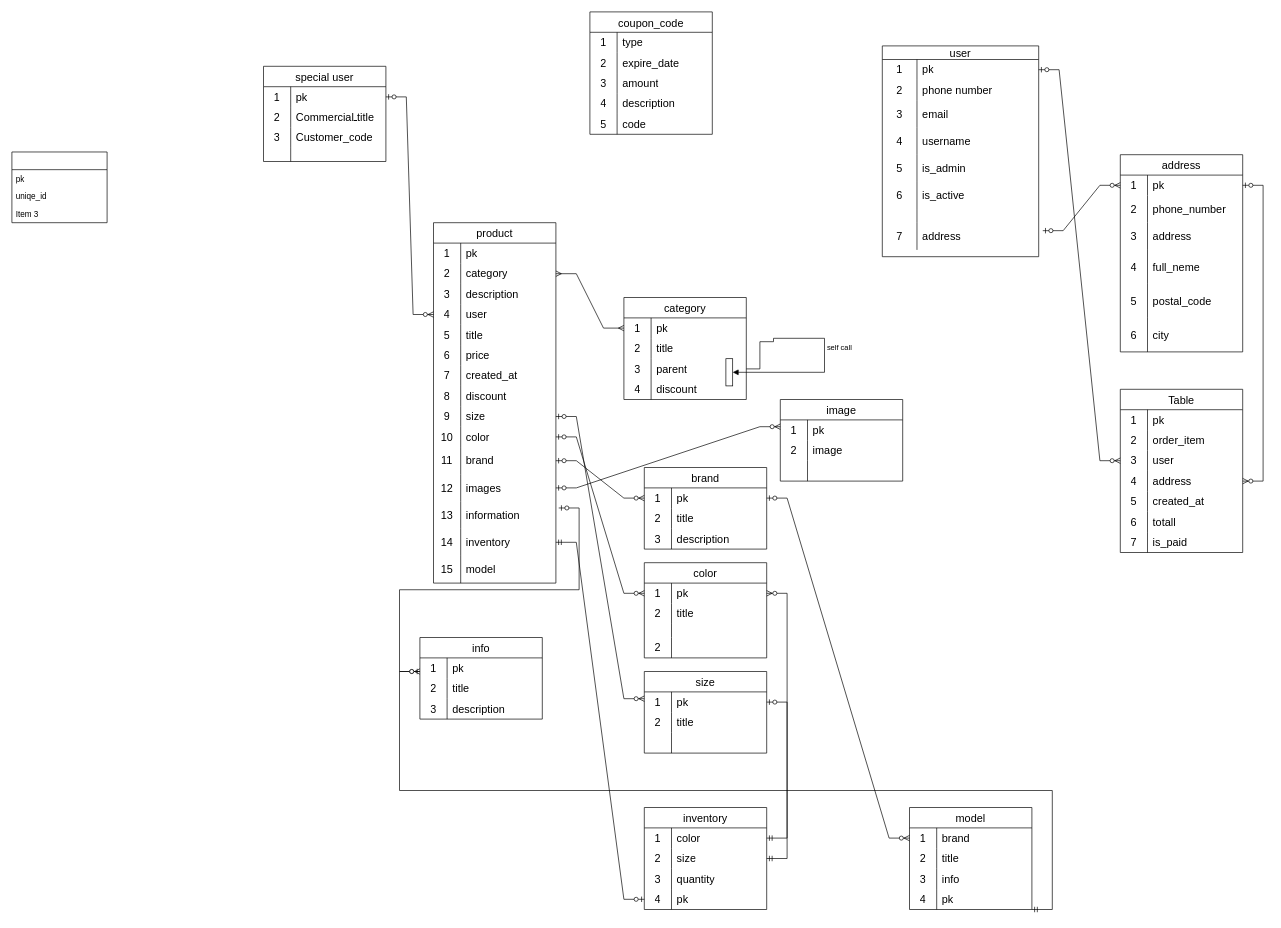
This is shop.drawio from amir1rj/blog, a draw.io file, before an edit. Source tidied: cells renumbered, new cells numbered last; positions are measured from the earlier drawing's top-left corner, leaving out a move shared by most shapes. Both pictures are drawn from the tidied source at 68%, with x=0, y=0 at pixel (12, 12).
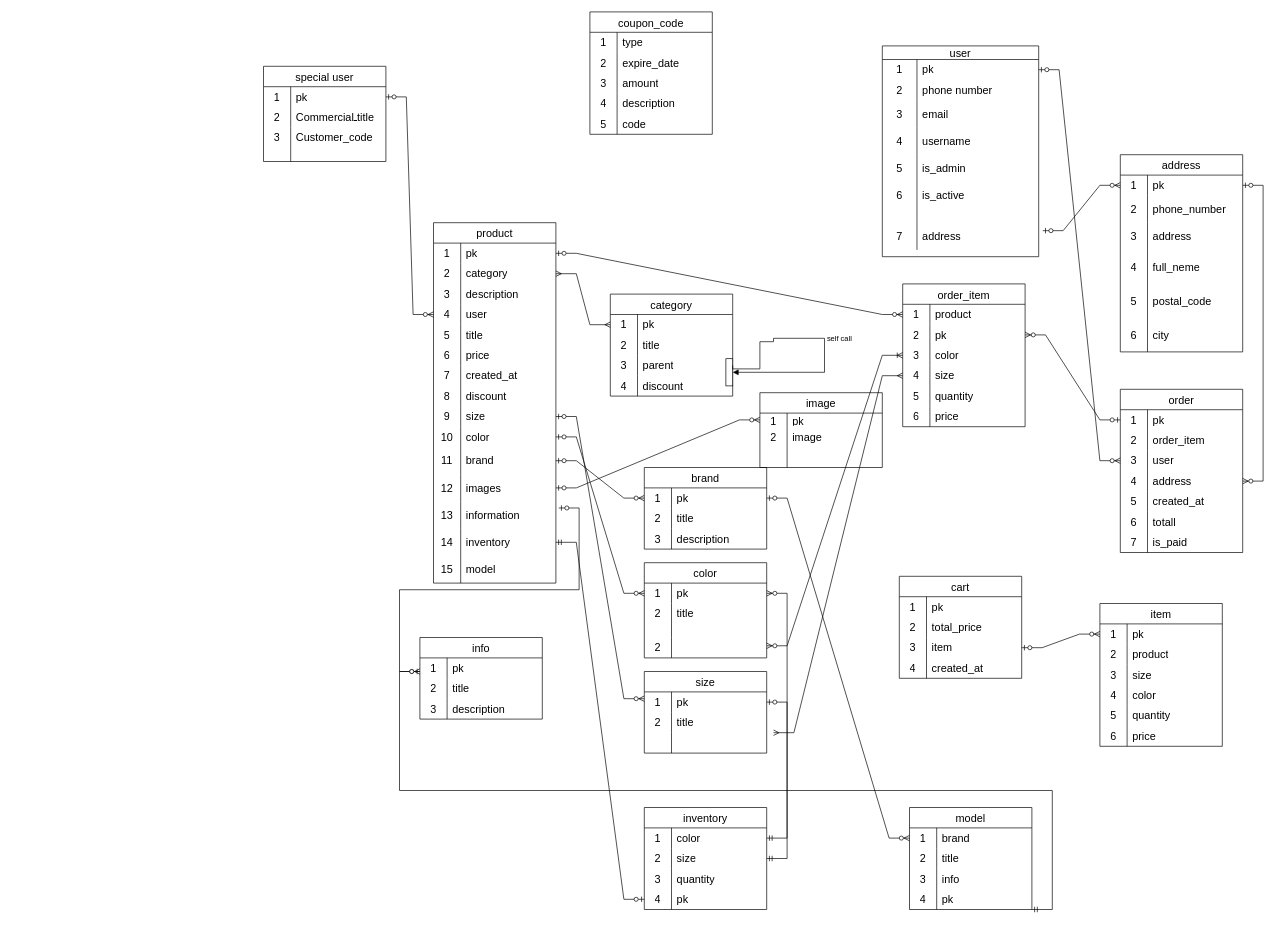
Above is the later version.

The change refers to these unchanged cells:
```xml
<mxCell id="41" style="shape=tableRow;horizontal=0;startSize=0;swimlaneHead=0;swimlaneBody=0;top=0;left=0;bottom=0;right=0;fillColor=none;points=[[0,0.5],[1,0.5]];portConstraint=eastwest;strokeColor=inherit;fontSize=16;" parent="40" vertex="1">
  <mxGeometry y="30" width="180" height="30" as="geometry" />
</mxCell>
<mxCell id="74" style="shape=tableRow;horizontal=0;startSize=0;swimlaneHead=0;swimlaneBody=0;top=0;left=0;bottom=0;right=0;fillColor=none;points=[[0,0.5],[1,0.5]];portConstraint=eastwest;strokeColor=inherit;fontSize=16;" parent="40" vertex="1">
  <mxGeometry y="370" width="180" height="40" as="geometry" />
</mxCell>
<mxCell id="234" style="shape=tableRow;horizontal=0;startSize=0;swimlaneHead=0;swimlaneBody=0;top=0;left=0;bottom=0;right=0;fillColor=none;points=[[0,0.5],[1,0.5]];portConstraint=eastwest;strokeColor=inherit;fontSize=16;" parent="233" vertex="1">
  <mxGeometry y="30" width="180" height="30" as="geometry" />
</mxCell>
```

Change to the diagram source:
```diff
@@
     <mxCell id="86" value="category" style="shape=table;startSize=30;childLayout=tableLayout;rowLines=0;fontStyle=0;strokeColor=default;fontSize=16;" parent="1" vertex="1">
-      <mxGeometry x="900" y="420" width="180" height="150" as="geometry" />
+      <mxGeometry x="880" y="415" width="180" height="150" as="geometry" />
     </mxCell>
@@
-    <mxCell id="158" style="edgeStyle=entityRelationEdgeStyle;fontSize=12;html=1;endArrow=ERzeroToMany;startArrow=ERzeroToOne;rounded=0;exitX=1;exitY=0.5;exitDx=0;exitDy=0;" parent="1" edge="1" source="74">
+    <mxCell id="158" style="edgeStyle=entityRelationEdgeStyle;fontSize=12;html=1;endArrow=ERzeroToMany;startArrow=ERzeroToOne;rounded=0;exitX=1;exitY=0.5;exitDx=0;exitDy=0;entryX=0;entryY=0.5;entryDx=0;entryDy=0;" parent="1" edge="1" source="74" target="160">
       <mxGeometry relative="1" as="geometry">
-        <mxPoint x="1130" y="610" as="targetPoint" />
         <Array as="points">
           <mxPoint x="711" y="580" />
           <mxPoint x="820" y="580" />
           <mxPoint x="1051" y="620" />
           <mxPoint x="761" y="630" />
           <mxPoint x="791" y="600" />
         </Array>
       </mxGeometry>
     </mxCell>
     <mxCell id="159" value="image" style="shape=table;startSize=30;childLayout=tableLayout;rowLines=0;fontStyle=0;strokeColor=default;fontSize=16;" parent="1" vertex="1">
-      <mxGeometry x="1130" y="570" width="180" height="120" as="geometry" />
+      <mxGeometry x="1100" y="560" width="180" height="110" as="geometry" />
     </mxCell>
     <mxCell id="160" style="shape=tableRow;horizontal=0;startSize=0;swimlaneHead=0;swimlaneBody=0;top=0;left=0;bottom=0;right=0;fillColor=none;points=[[0,0.5],[1,0.5]];portConstraint=eastwest;strokeColor=inherit;fontSize=16;" parent="159" vertex="1">
-      <mxGeometry y="30" width="180" height="30" as="geometry" />
+      <mxGeometry y="30" width="180" height="20" as="geometry" />
     </mxCell>
     <mxCell id="161" value="1" style="shape=partialRectangle;html=1;whiteSpace=wrap;fillColor=none;top=0;left=0;bottom=0;right=0;overflow=hidden;strokeColor=inherit;fontSize=16;" parent="160" vertex="1">
-      <mxGeometry width="40" height="30" as="geometry" />
+      <mxGeometry width="40" height="20" as="geometry" />
     </mxCell>
     <mxCell id="162" value="pk" style="shape=partialRectangle;html=1;whiteSpace=wrap;fillColor=none;top=0;left=0;bottom=0;right=0;align=left;spacingLeft=6;overflow=hidden;strokeColor=inherit;fontSize=16;" parent="160" vertex="1">
-      <mxGeometry x="40" width="140" height="30" as="geometry" />
+      <mxGeometry x="40" width="140" height="20" as="geometry" />
     </mxCell>
     <mxCell id="163" style="shape=tableRow;horizontal=0;startSize=0;swimlaneHead=0;swimlaneBody=0;top=0;left=0;bottom=0;right=0;fillColor=none;strokeColor=inherit;fontSize=16;" parent="159" vertex="1">
-      <mxGeometry y="60" width="180" height="30" as="geometry" />
+      <mxGeometry y="50" width="180" height="30" as="geometry" />
     </mxCell>
@@
     <mxCell id="166" style="shape=tableRow;horizontal=0;startSize=0;swimlaneHead=0;swimlaneBody=0;top=0;left=0;bottom=0;right=0;fillColor=none;strokeColor=inherit;fontSize=16;" parent="159" vertex="1">
-      <mxGeometry y="90" width="180" height="30" as="geometry" />
+      <mxGeometry y="80" width="180" height="30" as="geometry" />
     </mxCell>
@@
-    <mxCell id="228" style="swimlane;fontStyle=0;horizontal=1;startSize=26;fillColor=none;html=1;" parent="1" vertex="1">
-      <mxGeometry y="206" width="140" height="104" as="geometry" />
-    </mxCell>
-    <mxCell id="229" value="pk" style="text;strokeColor=none;fillColor=none;align=left;verticalAlign=top;spacingLeft=4;spacingRight=4;overflow=hidden;whiteSpace=wrap;html=1;" parent="228" vertex="1">
-      <mxGeometry y="26" width="140" height="26" as="geometry" />
-    </mxCell>
-    <mxCell id="230" value="uniqe_id" style="text;strokeColor=none;fillColor=none;align=left;verticalAlign=top;spacingLeft=4;spacingRight=4;overflow=hidden;whiteSpace=wrap;html=1;" parent="228" vertex="1">
-      <mxGeometry y="52" width="140" height="26" as="geometry" />
-    </mxCell>
-    <mxCell id="231" value="Item 3" style="text;strokeColor=none;fillColor=none;align=left;verticalAlign=top;spacingLeft=4;spacingRight=4;overflow=hidden;whiteSpace=wrap;html=1;" parent="228" vertex="1">
-      <mxGeometry y="78" width="140" height="26" as="geometry" />
-    </mxCell>
@@
-    <mxCell id="233" value="Table" style="shape=table;startSize=30;childLayout=tableLayout;rowLines=0;fontStyle=0;strokeColor=default;fontSize=16;" parent="1" vertex="1">
+    <mxCell id="233" value="order" style="shape=table;startSize=30;childLayout=tableLayout;rowLines=0;fontStyle=0;strokeColor=default;fontSize=16;" parent="1" vertex="1">
       <mxGeometry x="1630" y="555" width="180" height="240" as="geometry" />
     </mxCell>
@@
+    <mxCell id="256" value="order_item" style="shape=table;startSize=30;childLayout=tableLayout;rowLines=0;fontStyle=0;strokeColor=default;fontSize=16;" parent="1" vertex="1">
+      <mxGeometry x="1310" y="400" width="180" height="210" as="geometry" />
+    </mxCell>
+    <mxCell id="257" style="shape=tableRow;horizontal=0;startSize=0;swimlaneHead=0;swimlaneBody=0;top=0;left=0;bottom=0;right=0;fillColor=none;strokeColor=inherit;fontSize=16;" parent="256" vertex="1">
+      <mxGeometry y="30" width="180" height="30" as="geometry" />
+    </mxCell>
+    <mxCell id="258" value="1" style="shape=partialRectangle;html=1;whiteSpace=wrap;fillColor=none;top=0;left=0;bottom=0;right=0;overflow=hidden;strokeColor=inherit;fontSize=16;" parent="257" vertex="1">
+      <mxGeometry width="40" height="30" as="geometry" />
+    </mxCell>
+    <mxCell id="259" value="product" style="shape=partialRectangle;html=1;whiteSpace=wrap;fillColor=none;top=0;left=0;bottom=0;right=0;align=left;spacingLeft=6;overflow=hidden;strokeColor=inherit;fontSize=16;" parent="257" vertex="1">
+      <mxGeometry x="40" width="140" height="30" as="geometry" />
+    </mxCell>
+    <mxCell id="260" style="shape=tableRow;horizontal=0;startSize=0;swimlaneHead=0;swimlaneBody=0;top=0;left=0;bottom=0;right=0;fillColor=none;points=[[0,0.5],[1,0.5]];portConstraint=eastwest;strokeColor=inherit;fontSize=16;" parent="256" vertex="1">
+      <mxGeometry y="60" width="180" height="30" as="geometry" />
+    </mxCell>
+    <mxCell id="261" value="2" style="shape=partialRectangle;html=1;whiteSpace=wrap;fillColor=none;top=0;left=0;bottom=0;right=0;overflow=hidden;strokeColor=inherit;fontSize=16;" parent="260" vertex="1">
+      <mxGeometry width="40" height="30" as="geometry" />
+    </mxCell>
+    <mxCell id="262" value="pk" style="shape=partialRectangle;html=1;whiteSpace=wrap;fillColor=none;top=0;left=0;bottom=0;right=0;align=left;spacingLeft=6;overflow=hidden;strokeColor=inherit;fontSize=16;" parent="260" vertex="1">
+      <mxGeometry x="40" width="140" height="30" as="geometry" />
+    </mxCell>
+    <mxCell id="263" style="shape=tableRow;horizontal=0;startSize=0;swimlaneHead=0;swimlaneBody=0;top=0;left=0;bottom=0;right=0;fillColor=none;points=[[0,0.5],[1,0.5]];portConstraint=eastwest;strokeColor=inherit;fontSize=16;" parent="256" vertex="1">
+      <mxGeometry y="90" width="180" height="30" as="geometry" />
+    </mxCell>
+    <mxCell id="264" value="3" style="shape=partialRectangle;html=1;whiteSpace=wrap;fillColor=none;top=0;left=0;bottom=0;right=0;overflow=hidden;strokeColor=inherit;fontSize=16;" parent="263" vertex="1">
+      <mxGeometry width="40" height="30" as="geometry" />
+    </mxCell>
+    <mxCell id="265" value="color" style="shape=partialRectangle;html=1;whiteSpace=wrap;fillColor=none;top=0;left=0;bottom=0;right=0;align=left;spacingLeft=6;overflow=hidden;strokeColor=inherit;fontSize=16;" parent="263" vertex="1">
+      <mxGeometry x="40" width="140" height="30" as="geometry" />
+    </mxCell>
+    <mxCell id="266" style="shape=tableRow;horizontal=0;startSize=0;swimlaneHead=0;swimlaneBody=0;top=0;left=0;bottom=0;right=0;fillColor=none;points=[[0,0.5],[1,0.5]];portConstraint=eastwest;strokeColor=inherit;fontSize=16;" parent="256" vertex="1">
+      <mxGeometry y="120" width="180" height="30" as="geometry" />
+    </mxCell>
+    <mxCell id="267" value="4" style="shape=partialRectangle;html=1;whiteSpace=wrap;fillColor=none;top=0;left=0;bottom=0;right=0;overflow=hidden;strokeColor=inherit;fontSize=16;" parent="266" vertex="1">
+      <mxGeometry width="40" height="30" as="geometry" />
+    </mxCell>
+    <mxCell id="268" value="size" style="shape=partialRectangle;html=1;whiteSpace=wrap;fillColor=none;top=0;left=0;bottom=0;right=0;align=left;spacingLeft=6;overflow=hidden;strokeColor=inherit;fontSize=16;" parent="266" vertex="1">
+      <mxGeometry x="40" width="140" height="30" as="geometry" />
+    </mxCell>
+    <mxCell id="269" style="shape=tableRow;horizontal=0;startSize=0;swimlaneHead=0;swimlaneBody=0;top=0;left=0;bottom=0;right=0;fillColor=none;strokeColor=inherit;fontSize=16;" parent="256" vertex="1">
+      <mxGeometry y="150" width="180" height="30" as="geometry" />
+    </mxCell>
+    <mxCell id="270" value="5" style="shape=partialRectangle;html=1;whiteSpace=wrap;fillColor=none;top=0;left=0;bottom=0;right=0;overflow=hidden;strokeColor=inherit;fontSize=16;" parent="269" vertex="1">
+      <mxGeometry width="40" height="30" as="geometry" />
+    </mxCell>
+    <mxCell id="271" value="quantity" style="shape=partialRectangle;html=1;whiteSpace=wrap;fillColor=none;top=0;left=0;bottom=0;right=0;align=left;spacingLeft=6;overflow=hidden;strokeColor=inherit;fontSize=16;" parent="269" vertex="1">
+      <mxGeometry x="40" width="140" height="30" as="geometry" />
+    </mxCell>
+    <mxCell id="272" style="shape=tableRow;horizontal=0;startSize=0;swimlaneHead=0;swimlaneBody=0;top=0;left=0;bottom=0;right=0;fillColor=none;strokeColor=inherit;fontSize=16;" parent="256" vertex="1">
+      <mxGeometry y="180" width="180" height="30" as="geometry" />
+    </mxCell>
+    <mxCell id="273" value="6" style="shape=partialRectangle;html=1;whiteSpace=wrap;fillColor=none;top=0;left=0;bottom=0;right=0;overflow=hidden;strokeColor=inherit;fontSize=16;" parent="272" vertex="1">
+      <mxGeometry width="40" height="30" as="geometry" />
+    </mxCell>
+    <mxCell id="274" value="price" style="shape=partialRectangle;html=1;whiteSpace=wrap;fillColor=none;top=0;left=0;bottom=0;right=0;align=left;spacingLeft=6;overflow=hidden;strokeColor=inherit;fontSize=16;" parent="272" vertex="1">
+      <mxGeometry x="40" width="140" height="30" as="geometry" />
+    </mxCell>
+    <mxCell id="275" style="edgeStyle=entityRelationEdgeStyle;fontSize=12;html=1;endArrow=ERzeroToMany;startArrow=ERzeroToOne;rounded=0;exitX=1;exitY=0.5;exitDx=0;exitDy=0;" parent="1" edge="1" source="41">
+      <mxGeometry relative="1" as="geometry">
+        <mxPoint x="1310" y="445" as="targetPoint" />
+      </mxGeometry>
+    </mxCell>
+    <mxCell id="276" style="edgeStyle=entityRelationEdgeStyle;fontSize=12;html=1;endArrow=ERoneToMany;startArrow=ERzeroToMany;rounded=0;entryX=0;entryY=0.5;entryDx=0;entryDy=0;exitX=1.036;exitY=1.362;exitDx=0;exitDy=0;exitPerimeter=0;" parent="1" edge="1" target="263">
+      <mxGeometry relative="1" as="geometry">
+        <mxPoint x="1110" y="932.2" as="sourcePoint" />
+        <Array as="points">
+          <mxPoint x="1293.5" y="515" />
+        </Array>
+      </mxGeometry>
+    </mxCell>
+    <mxCell id="277" style="edgeStyle=entityRelationEdgeStyle;fontSize=12;html=1;endArrow=ERmany;startArrow=ERmany;rounded=0;entryX=0;entryY=0.5;entryDx=0;entryDy=0;" parent="1" edge="1" target="266">
+      <mxGeometry relative="1" as="geometry">
+        <mxPoint x="1120" y="1060" as="sourcePoint" />
+        <Array as="points">
+          <mxPoint x="1320" y="560" />
+        </Array>
+      </mxGeometry>
+    </mxCell>
+    <mxCell id="278" style="edgeStyle=entityRelationEdgeStyle;fontSize=12;html=1;endArrow=ERzeroToMany;startArrow=ERzeroToOne;rounded=0;exitX=0;exitY=0.5;exitDx=0;exitDy=0;entryX=1;entryY=0.5;entryDx=0;entryDy=0;" parent="1" edge="1" source="234" target="260">
+      <mxGeometry relative="1" as="geometry" />
+    </mxCell>
+    <mxCell id="279" value="cart" style="shape=table;startSize=30;childLayout=tableLayout;rowLines=0;fontStyle=0;strokeColor=default;fontSize=16;" parent="1" vertex="1">
+      <mxGeometry x="1305" y="830" width="180" height="150" as="geometry" />
+    </mxCell>
+    <mxCell id="280" style="shape=tableRow;horizontal=0;startSize=0;swimlaneHead=0;swimlaneBody=0;top=0;left=0;bottom=0;right=0;fillColor=none;strokeColor=inherit;fontSize=16;" parent="279" vertex="1">
+      <mxGeometry y="30" width="180" height="30" as="geometry" />
+    </mxCell>
+    <mxCell id="281" value="1" style="shape=partialRectangle;html=1;whiteSpace=wrap;fillColor=none;top=0;left=0;bottom=0;right=0;overflow=hidden;strokeColor=inherit;fontSize=16;" parent="280" vertex="1">
+      <mxGeometry width="40" height="30" as="geometry" />
+    </mxCell>
+    <mxCell id="282" value="pk" style="shape=partialRectangle;html=1;whiteSpace=wrap;fillColor=none;top=0;left=0;bottom=0;right=0;align=left;spacingLeft=6;overflow=hidden;strokeColor=inherit;fontSize=16;" parent="280" vertex="1">
+      <mxGeometry x="40" width="140" height="30" as="geometry" />
+    </mxCell>
+    <mxCell id="283" style="shape=tableRow;horizontal=0;startSize=0;swimlaneHead=0;swimlaneBody=0;top=0;left=0;bottom=0;right=0;fillColor=none;strokeColor=inherit;fontSize=16;" parent="279" vertex="1">
+      <mxGeometry y="60" width="180" height="30" as="geometry" />
+    </mxCell>
+    <mxCell id="284" value="2" style="shape=partialRectangle;html=1;whiteSpace=wrap;fillColor=none;top=0;left=0;bottom=0;right=0;overflow=hidden;strokeColor=inherit;fontSize=16;" parent="283" vertex="1">
+      <mxGeometry width="40" height="30" as="geometry" />
+    </mxCell>
+    <mxCell id="285" value="total_price" style="shape=partialRectangle;html=1;whiteSpace=wrap;fillColor=none;top=0;left=0;bottom=0;right=0;align=left;spacingLeft=6;overflow=hidden;strokeColor=inherit;fontSize=16;" parent="283" vertex="1">
+      <mxGeometry x="40" width="140" height="30" as="geometry" />
+    </mxCell>
+    <mxCell id="286" style="shape=tableRow;horizontal=0;startSize=0;swimlaneHead=0;swimlaneBody=0;top=0;left=0;bottom=0;right=0;fillColor=none;points=[[0,0.5],[1,0.5]];portConstraint=eastwest;strokeColor=inherit;fontSize=16;" parent="279" vertex="1">
+      <mxGeometry y="90" width="180" height="30" as="geometry" />
+    </mxCell>
+    <mxCell id="287" value="3" style="shape=partialRectangle;html=1;whiteSpace=wrap;fillColor=none;top=0;left=0;bottom=0;right=0;overflow=hidden;strokeColor=inherit;fontSize=16;" parent="286" vertex="1">
+      <mxGeometry width="40" height="30" as="geometry" />
+    </mxCell>
+    <mxCell id="288" value="item" style="shape=partialRectangle;html=1;whiteSpace=wrap;fillColor=none;top=0;left=0;bottom=0;right=0;align=left;spacingLeft=6;overflow=hidden;strokeColor=inherit;fontSize=16;" parent="286" vertex="1">
+      <mxGeometry x="40" width="140" height="30" as="geometry" />
+    </mxCell>
+    <mxCell id="289" style="shape=tableRow;horizontal=0;startSize=0;swimlaneHead=0;swimlaneBody=0;top=0;left=0;bottom=0;right=0;fillColor=none;strokeColor=inherit;fontSize=16;" parent="279" vertex="1">
+      <mxGeometry y="120" width="180" height="30" as="geometry" />
+    </mxCell>
+    <mxCell id="290" value="4" style="shape=partialRectangle;html=1;whiteSpace=wrap;fillColor=none;top=0;left=0;bottom=0;right=0;overflow=hidden;strokeColor=inherit;fontSize=16;" parent="289" vertex="1">
+      <mxGeometry width="40" height="30" as="geometry" />
+    </mxCell>
+    <mxCell id="291" value="created_at" style="shape=partialRectangle;html=1;whiteSpace=wrap;fillColor=none;top=0;left=0;bottom=0;right=0;align=left;spacingLeft=6;overflow=hidden;strokeColor=inherit;fontSize=16;" parent="289" vertex="1">
+      <mxGeometry x="40" width="140" height="30" as="geometry" />
+    </mxCell>
+    <mxCell id="292" value="item" style="shape=table;startSize=30;childLayout=tableLayout;rowLines=0;fontStyle=0;strokeColor=default;fontSize=16;" parent="1" vertex="1">
+      <mxGeometry x="1600" y="870" width="180" height="210" as="geometry" />
+    </mxCell>
+    <mxCell id="293" style="shape=tableRow;horizontal=0;startSize=0;swimlaneHead=0;swimlaneBody=0;top=0;left=0;bottom=0;right=0;fillColor=none;points=[[0,0.5],[1,0.5]];portConstraint=eastwest;strokeColor=inherit;fontSize=16;" parent="292" vertex="1">
+      <mxGeometry y="30" width="180" height="30" as="geometry" />
+    </mxCell>
+    <mxCell id="294" value="1" style="shape=partialRectangle;html=1;whiteSpace=wrap;fillColor=none;top=0;left=0;bottom=0;right=0;overflow=hidden;strokeColor=inherit;fontSize=16;" parent="293" vertex="1">
+      <mxGeometry width="40" height="30" as="geometry" />
+    </mxCell>
+    <mxCell id="295" value="pk" style="shape=partialRectangle;html=1;whiteSpace=wrap;fillColor=none;top=0;left=0;bottom=0;right=0;align=left;spacingLeft=6;overflow=hidden;strokeColor=inherit;fontSize=16;" parent="293" vertex="1">
+      <mxGeometry x="40" width="140" height="30" as="geometry" />
+    </mxCell>
+    <mxCell id="296" style="shape=tableRow;horizontal=0;startSize=0;swimlaneHead=0;swimlaneBody=0;top=0;left=0;bottom=0;right=0;fillColor=none;strokeColor=inherit;fontSize=16;" parent="292" vertex="1">
+      <mxGeometry y="60" width="180" height="30" as="geometry" />
+    </mxCell>
+    <mxCell id="297" value="2" style="shape=partialRectangle;html=1;whiteSpace=wrap;fillColor=none;top=0;left=0;bottom=0;right=0;overflow=hidden;strokeColor=inherit;fontSize=16;" parent="296" vertex="1">
+      <mxGeometry width="40" height="30" as="geometry" />
+    </mxCell>
+    <mxCell id="298" value="product" style="shape=partialRectangle;html=1;whiteSpace=wrap;fillColor=none;top=0;left=0;bottom=0;right=0;align=left;spacingLeft=6;overflow=hidden;strokeColor=inherit;fontSize=16;" parent="296" vertex="1">
+      <mxGeometry x="40" width="140" height="30" as="geometry" />
+    </mxCell>
+    <mxCell id="299" style="shape=tableRow;horizontal=0;startSize=0;swimlaneHead=0;swimlaneBody=0;top=0;left=0;bottom=0;right=0;fillColor=none;strokeColor=inherit;fontSize=16;" parent="292" vertex="1">
+      <mxGeometry y="90" width="180" height="30" as="geometry" />
+    </mxCell>
+    <mxCell id="300" value="3" style="shape=partialRectangle;html=1;whiteSpace=wrap;fillColor=none;top=0;left=0;bottom=0;right=0;overflow=hidden;strokeColor=inherit;fontSize=16;" parent="299" vertex="1">
+      <mxGeometry width="40" height="30" as="geometry" />
+    </mxCell>
+    <mxCell id="301" value="size" style="shape=partialRectangle;html=1;whiteSpace=wrap;fillColor=none;top=0;left=0;bottom=0;right=0;align=left;spacingLeft=6;overflow=hidden;strokeColor=inherit;fontSize=16;" parent="299" vertex="1">
+      <mxGeometry x="40" width="140" height="30" as="geometry" />
+    </mxCell>
+    <mxCell id="302" style="shape=tableRow;horizontal=0;startSize=0;swimlaneHead=0;swimlaneBody=0;top=0;left=0;bottom=0;right=0;fillColor=none;strokeColor=inherit;fontSize=16;" parent="292" vertex="1">
+      <mxGeometry y="120" width="180" height="30" as="geometry" />
+    </mxCell>
+    <mxCell id="303" value="4" style="shape=partialRectangle;html=1;whiteSpace=wrap;fillColor=none;top=0;left=0;bottom=0;right=0;overflow=hidden;strokeColor=inherit;fontSize=16;" parent="302" vertex="1">
+      <mxGeometry width="40" height="30" as="geometry" />
+    </mxCell>
+    <mxCell id="304" value="color" style="shape=partialRectangle;html=1;whiteSpace=wrap;fillColor=none;top=0;left=0;bottom=0;right=0;align=left;spacingLeft=6;overflow=hidden;strokeColor=inherit;fontSize=16;" parent="302" vertex="1">
+      <mxGeometry x="40" width="140" height="30" as="geometry" />
+    </mxCell>
+    <mxCell id="305" style="shape=tableRow;horizontal=0;startSize=0;swimlaneHead=0;swimlaneBody=0;top=0;left=0;bottom=0;right=0;fillColor=none;strokeColor=inherit;fontSize=16;" parent="292" vertex="1">
+      <mxGeometry y="150" width="180" height="30" as="geometry" />
+    </mxCell>
+    <mxCell id="306" value="5" style="shape=partialRectangle;html=1;whiteSpace=wrap;fillColor=none;top=0;left=0;bottom=0;right=0;overflow=hidden;strokeColor=inherit;fontSize=16;" parent="305" vertex="1">
+      <mxGeometry width="40" height="30" as="geometry" />
+    </mxCell>
+    <mxCell id="307" value="quantity" style="shape=partialRectangle;html=1;whiteSpace=wrap;fillColor=none;top=0;left=0;bottom=0;right=0;align=left;spacingLeft=6;overflow=hidden;strokeColor=inherit;fontSize=16;" parent="305" vertex="1">
+      <mxGeometry x="40" width="140" height="30" as="geometry" />
+    </mxCell>
+    <mxCell id="308" style="shape=tableRow;horizontal=0;startSize=0;swimlaneHead=0;swimlaneBody=0;top=0;left=0;bottom=0;right=0;fillColor=none;strokeColor=inherit;fontSize=16;" parent="292" vertex="1">
+      <mxGeometry y="180" width="180" height="30" as="geometry" />
+    </mxCell>
+    <mxCell id="309" value="6" style="shape=partialRectangle;html=1;whiteSpace=wrap;fillColor=none;top=0;left=0;bottom=0;right=0;overflow=hidden;strokeColor=inherit;fontSize=16;" parent="308" vertex="1">
+      <mxGeometry width="40" height="30" as="geometry" />
+    </mxCell>
+    <mxCell id="310" value="price" style="shape=partialRectangle;html=1;whiteSpace=wrap;fillColor=none;top=0;left=0;bottom=0;right=0;align=left;spacingLeft=6;overflow=hidden;strokeColor=inherit;fontSize=16;" parent="308" vertex="1">
+      <mxGeometry x="40" width="140" height="30" as="geometry" />
+    </mxCell>
+    <mxCell id="311" style="edgeStyle=entityRelationEdgeStyle;fontSize=12;html=1;endArrow=ERzeroToMany;startArrow=ERzeroToOne;rounded=0;entryX=0;entryY=0.5;entryDx=0;entryDy=0;exitX=1;exitY=0.5;exitDx=0;exitDy=0;" parent="1" edge="1" source="286" target="293">
+      <mxGeometry relative="1" as="geometry">
+        <Array as="points">
+          <mxPoint x="1600" y="910" />
+        </Array>
+      </mxGeometry>
+    </mxCell>
```
